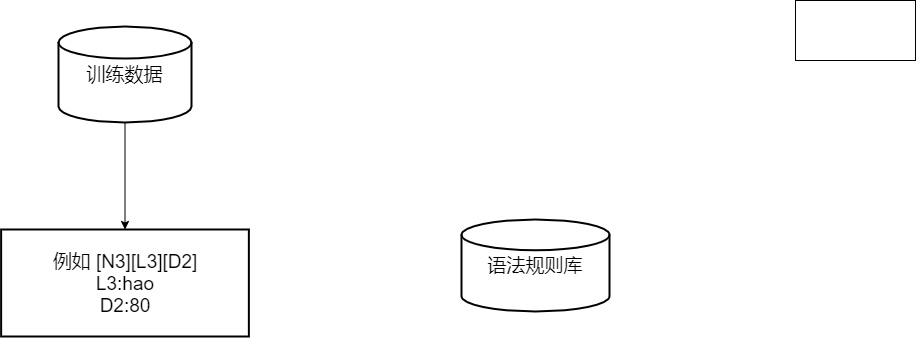
lakomi/pictures keeps this draw.io diagram as pcfg.drawio.png. Above is the earlier version. Source tidied: cells renumbered, new cells last; positions are measured from the earlier drawing's top-left corner, leaving out a move shared by most shapes.
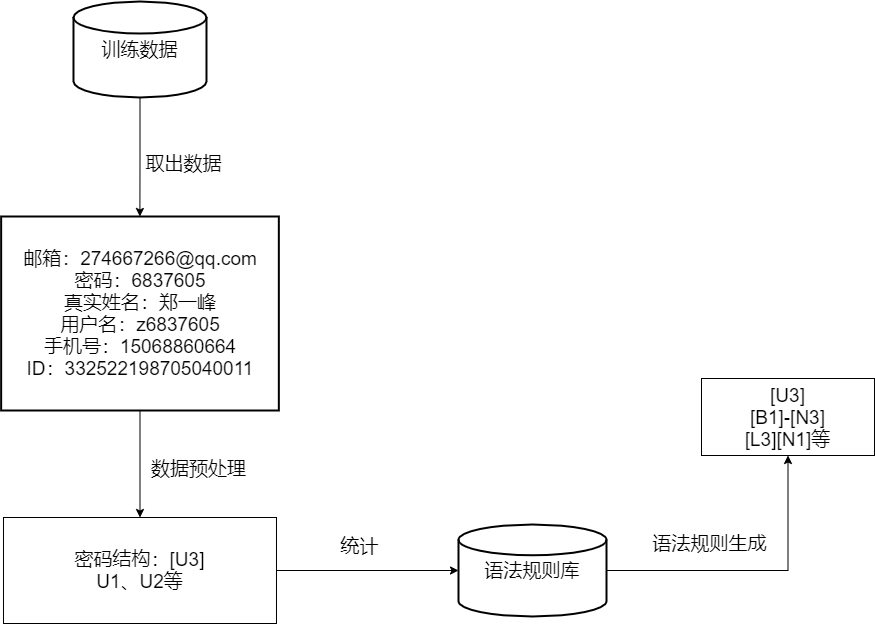
The same file after the commit.

What changed in the source:
```diff
@@ -2,20 +2,44 @@
   <root>
     <mxCell id="0" />
     <mxCell id="1" parent="0" />
+    <mxCell id="7" style="edgeStyle=orthogonalEdgeStyle;rounded=0;jettySize=auto;html=1;exitX=0.5;exitY=1;exitDx=0;exitDy=0;fontSize=19;" parent="1" edge="1" source="6" target="12">
+      <mxGeometry relative="1" as="geometry" />
+    </mxCell>
+    <mxCell id="6" value="邮箱：274667266@qq.com&lt;br&gt;密码：6837605&lt;br&gt;真实姓名：郑一峰&lt;br&gt;用户名：z6837605&lt;br&gt;手机号：15068860664&lt;br&gt;ID：332522198705040011" style="whiteSpace=wrap;html=1;fontSize=19;strokeWidth=2;" parent="1" vertex="1">
+      <mxGeometry x="-15.4" y="217" width="277.7" height="194" as="geometry" />
+    </mxCell>
     <mxCell id="2" style="edgeStyle=orthogonalEdgeStyle;rounded=0;jettySize=auto;html=1;fontSize=19;" parent="1" edge="1" source="3" target="6">
       <mxGeometry relative="1" as="geometry" />
     </mxCell>
     <mxCell id="3" value="训练数据" style="strokeWidth=2;html=1;shape=mxgraph.flowchart.database;whiteSpace=wrap;fontSize=19;" parent="1" vertex="1">
-      <mxGeometry x="57" y="26" width="133" height="96" as="geometry" />
+      <mxGeometry x="57" y="2" width="133" height="96" as="geometry" />
     </mxCell>
+    <mxCell id="8" style="edgeStyle=orthogonalEdgeStyle;rounded=0;jettySize=auto;html=1;exitX=1;exitY=0.5;exitDx=0;exitDy=0;exitPerimeter=0;fontSize=19;" parent="1" edge="1" source="4" target="14">
+      <mxGeometry relative="1" as="geometry" />
+    </mxCell>
     <mxCell id="4" value="语法规则库" style="strokeWidth=2;html=1;shape=mxgraph.flowchart.database;whiteSpace=wrap;fontSize=19;" parent="1" vertex="1">
-      <mxGeometry x="460" y="219" width="148" height="92" as="geometry" />
+      <mxGeometry x="442" y="525" width="148" height="92" as="geometry" />
     </mxCell>
-    <mxCell id="5" style="rounded=0;whiteSpace=wrap;html=1;" parent="1" vertex="1">
-      <mxGeometry x="794" width="120" height="60" as="geometry" />
-    </mxCell>
-    <mxCell id="6" value="例如 [N3][L3][D2]&lt;br&gt;L3:hao&lt;br&gt;D2:80" style="whiteSpace=wrap;html=1;fontSize=19;strokeWidth=2;" parent="1" vertex="1">
-      <mxGeometry x="-0.4" y="229" width="247.8" height="107" as="geometry" />
-    </mxCell>
+    <mxCell id="9" value="数据预处理" style="text;html=1;align=center;verticalAlign=middle;strokeColor=none;fillColor=none;fontSize=19;" parent="1" vertex="1">
+      <mxGeometry x="129" y="456" width="105" height="26" as="geometry" />
+    </mxCell>
+    <mxCell id="10" value="取出数据" style="text;html=1;align=center;verticalAlign=middle;strokeColor=none;fillColor=none;fontSize=19;" parent="1" vertex="1">
+      <mxGeometry x="124" y="151" width="86" height="26" as="geometry" />
+    </mxCell>
+    <mxCell id="11" style="edgeStyle=orthogonalEdgeStyle;rounded=0;jettySize=auto;html=1;exitX=1;exitY=0.5;exitDx=0;exitDy=0;entryX=0;entryY=0.5;entryDx=0;entryDy=0;entryPerimeter=0;fontSize=19;" parent="1" edge="1" source="12" target="4">
+      <mxGeometry relative="1" as="geometry" />
+    </mxCell>
+    <mxCell id="12" value="密码结构：[U3]&lt;br&gt;U1、U2等" style="rounded=0;whiteSpace=wrap;html=1;fontSize=19;" parent="1" vertex="1">
+      <mxGeometry x="-13" y="518" width="273" height="106" as="geometry" />
+    </mxCell>
+    <mxCell id="13" value="统计" style="text;html=1;align=center;verticalAlign=middle;strokeColor=none;fillColor=none;fontSize=19;" parent="1" vertex="1">
+      <mxGeometry x="319" y="534" width="48" height="26" as="geometry" />
+    </mxCell>
+    <mxCell id="14" value="[U3]&lt;br&gt;[B1]-[N3]&lt;br&gt;[L3][N1]等" style="rounded=0;whiteSpace=wrap;html=1;fontSize=19;" parent="1" vertex="1">
+      <mxGeometry x="685" y="379" width="173" height="77" as="geometry" />
+    </mxCell>
+    <mxCell id="15" value="语法规则生成" style="text;html=1;align=center;verticalAlign=middle;strokeColor=none;fillColor=none;fontSize=19;" parent="1" vertex="1">
+      <mxGeometry x="631" y="531" width="124" height="26" as="geometry" />
+    </mxCell>
   </root>
 </mxGraphModel>
```
